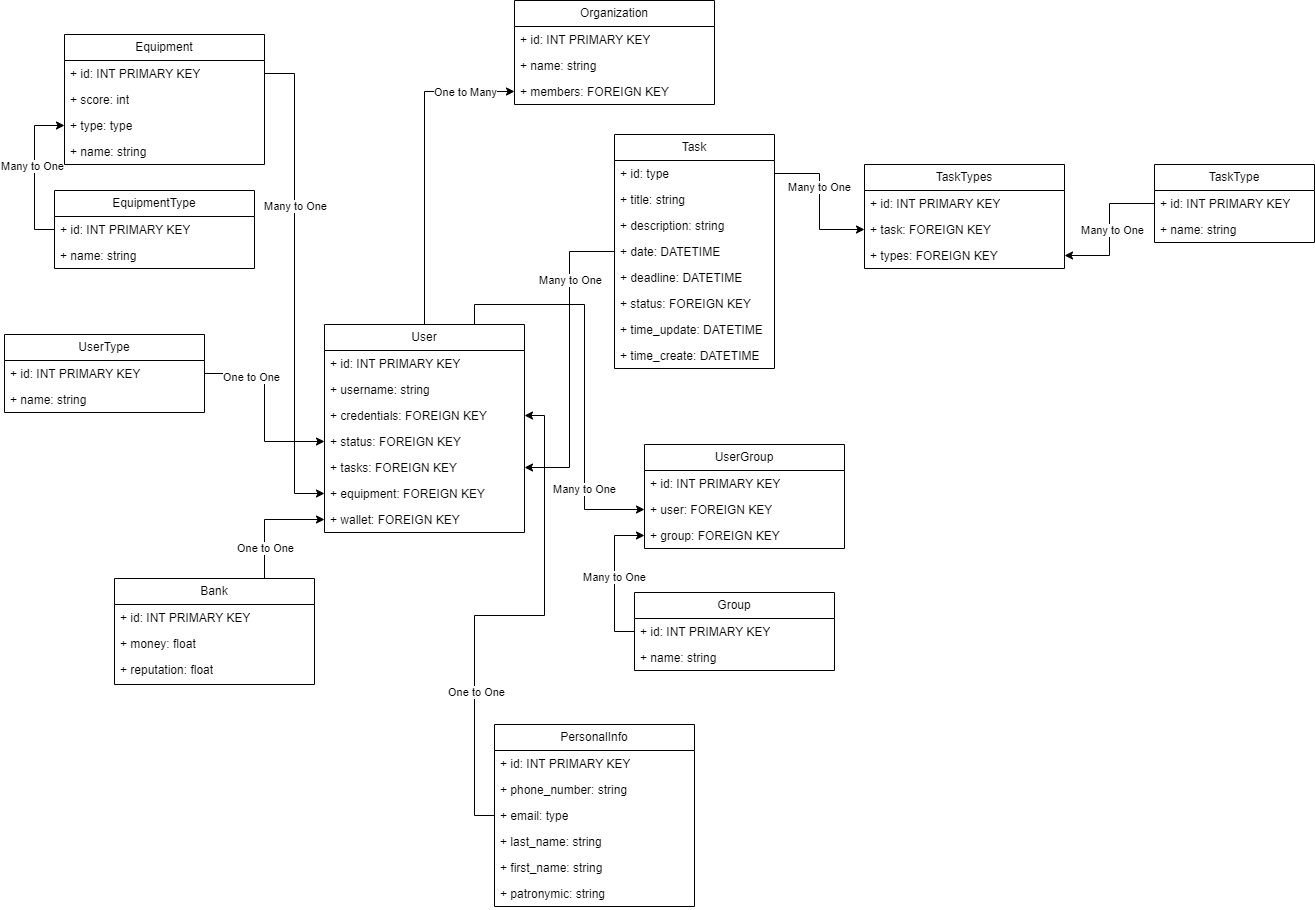
Earlier version of the draw.io export LR1Diagram.drawio.png (NLShiro/BasedDannye). Source tidied: cells renumbered, new cells last; positions are measured from the earlier drawing's top-left corner, leaving out a move shared by most shapes.
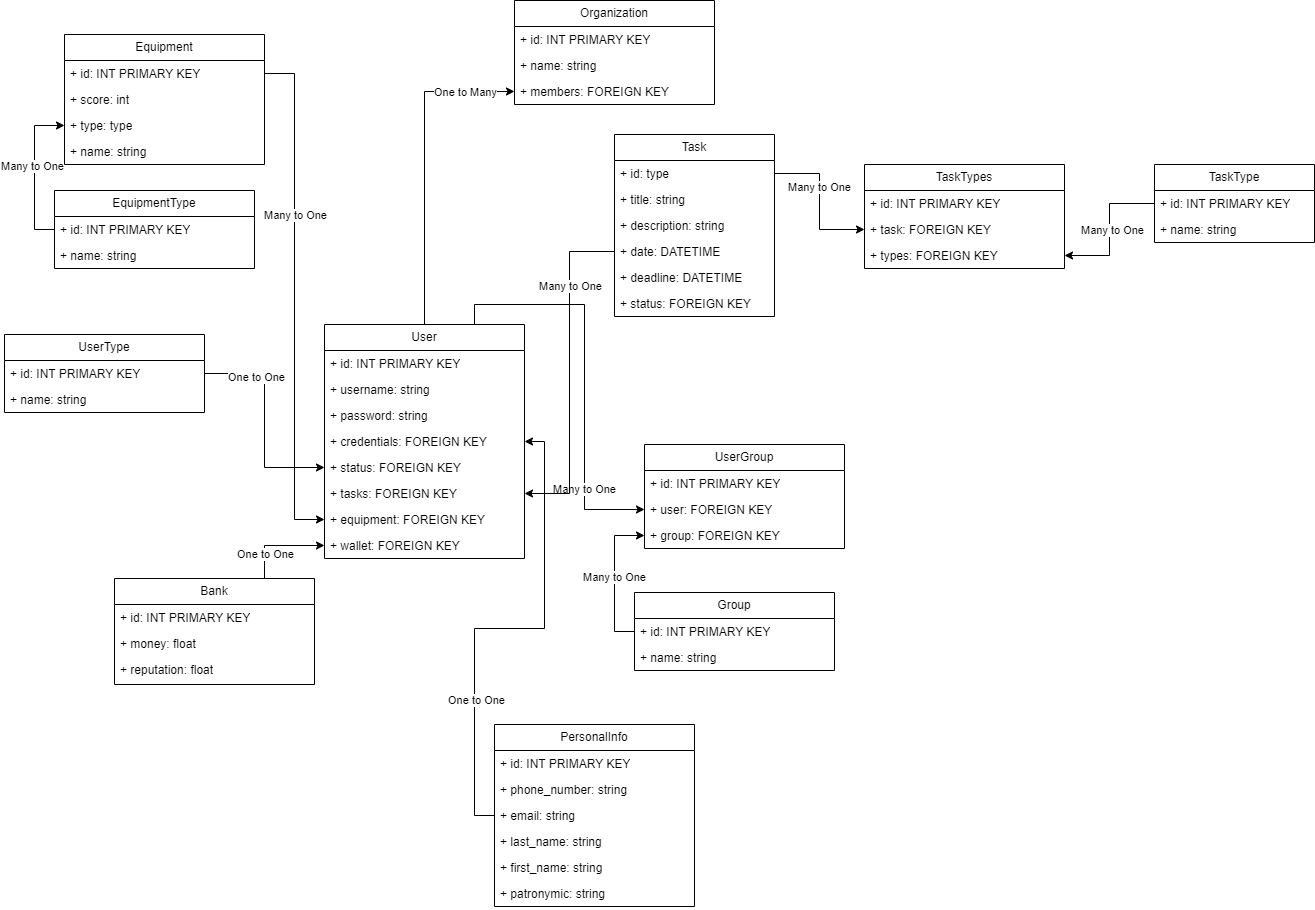
Later version of the same file.

Diff of the diagram source:
```diff
@@ -15,7 +15,7 @@
       <mxGeometry x="0.69" relative="1" as="geometry" />
     </mxCell>
     <mxCell id="6" value="User" style="swimlane;fontStyle=0;horizontal=1;startSize=26;fillColor=none;whiteSpace=wrap;html=1;" parent="1" vertex="1">
-      <mxGeometry x="320" y="324" width="200" height="208" as="geometry" />
+      <mxGeometry x="320" y="324" width="200" height="234" as="geometry" />
     </mxCell>
     <mxCell id="7" value="+ id: INT PRIMARY KEY" style="text;strokeColor=none;fillColor=none;align=left;verticalAlign=top;spacingLeft=4;spacingRight=4;overflow=hidden;whiteSpace=wrap;html=1;" parent="6" vertex="1">
       <mxGeometry y="26" width="200" height="26" as="geometry" />
@@ -23,20 +23,23 @@
     <mxCell id="8" value="+ username: string" style="text;strokeColor=none;fillColor=none;align=left;verticalAlign=top;spacingLeft=4;spacingRight=4;overflow=hidden;whiteSpace=wrap;html=1;" parent="6" vertex="1">
       <mxGeometry y="52" width="200" height="26" as="geometry" />
     </mxCell>
+    <mxCell id="81" value="+ password: string" style="text;strokeColor=none;fillColor=none;align=left;verticalAlign=top;spacingLeft=4;spacingRight=4;overflow=hidden;whiteSpace=wrap;html=1;" parent="6" vertex="1">
+      <mxGeometry y="78" width="200" height="26" as="geometry" />
+    </mxCell>
     <mxCell id="9" value="+ credentials: FOREIGN KEY" style="text;strokeColor=none;fillColor=none;align=left;verticalAlign=top;spacingLeft=4;spacingRight=4;overflow=hidden;points=[[0,0.5],[1,0.5]];portConstraint=eastwest;whiteSpace=wrap;html=1;" parent="6" vertex="1">
-      <mxGeometry y="78" width="200" height="26" as="geometry" />
+      <mxGeometry y="104" width="200" height="26" as="geometry" />
     </mxCell>
     <mxCell id="10" value="+ status: FOREIGN KEY" style="text;strokeColor=none;fillColor=none;align=left;verticalAlign=top;spacingLeft=4;spacingRight=4;overflow=hidden;points=[[0,0.5],[1,0.5]];portConstraint=eastwest;whiteSpace=wrap;html=1;" parent="6" vertex="1">
-      <mxGeometry y="104" width="200" height="26" as="geometry" />
+      <mxGeometry y="130" width="200" height="26" as="geometry" />
     </mxCell>
     <mxCell id="11" value="+ tasks: FOREIGN KEY" style="text;strokeColor=none;fillColor=none;align=left;verticalAlign=top;spacingLeft=4;spacingRight=4;overflow=hidden;points=[[0,0.5],[1,0.5]];portConstraint=eastwest;whiteSpace=wrap;html=1;" parent="6" vertex="1">
-      <mxGeometry y="130" width="200" height="26" as="geometry" />
+      <mxGeometry y="156" width="200" height="26" as="geometry" />
     </mxCell>
     <mxCell id="12" value="+ equipment: FOREIGN KEY" style="text;strokeColor=none;fillColor=none;align=left;verticalAlign=top;spacingLeft=4;spacingRight=4;overflow=hidden;points=[[0,0.5],[1,0.5]];portConstraint=eastwest;whiteSpace=wrap;html=1;" parent="6" vertex="1">
-      <mxGeometry y="156" width="200" height="26" as="geometry" />
+      <mxGeometry y="182" width="200" height="26" as="geometry" />
     </mxCell>
     <mxCell id="13" value="+ wallet: FOREIGN KEY" style="text;strokeColor=none;fillColor=none;align=left;verticalAlign=top;spacingLeft=4;spacingRight=4;overflow=hidden;points=[[0,0.5],[1,0.5]];portConstraint=eastwest;whiteSpace=wrap;html=1;" parent="6" vertex="1">
-      <mxGeometry y="182" width="200" height="26" as="geometry" />
+      <mxGeometry y="208" width="200" height="26" as="geometry" />
     </mxCell>
     <mxCell id="14" value="PersonalInfo" style="swimlane;fontStyle=0;horizontal=1;startSize=26;fillColor=none;whiteSpace=wrap;html=1;" parent="1" vertex="1">
       <mxGeometry x="490" y="724" width="200" height="182" as="geometry" />
@@ -47,7 +50,7 @@
     <mxCell id="16" value="+ phone_number: string" style="text;strokeColor=none;fillColor=none;align=left;verticalAlign=top;spacingLeft=4;spacingRight=4;overflow=hidden;whiteSpace=wrap;html=1;" parent="14" vertex="1">
       <mxGeometry y="52" width="200" height="26" as="geometry" />
     </mxCell>
-    <mxCell id="17" value="+ email: type" style="text;strokeColor=none;fillColor=none;align=left;verticalAlign=top;spacingLeft=4;spacingRight=4;overflow=hidden;points=[[0,0.5],[1,0.5]];portConstraint=eastwest;whiteSpace=wrap;html=1;" parent="14" vertex="1">
+    <mxCell id="17" value="+ email: string" style="text;strokeColor=none;fillColor=none;align=left;verticalAlign=top;spacingLeft=4;spacingRight=4;overflow=hidden;points=[[0,0.5],[1,0.5]];portConstraint=eastwest;whiteSpace=wrap;html=1;" parent="14" vertex="1">
       <mxGeometry y="78" width="200" height="26" as="geometry" />
     </mxCell>
     <mxCell id="18" value="+ last_name: string" style="text;strokeColor=none;fillColor=none;align=left;verticalAlign=top;spacingLeft=4;spacingRight=4;overflow=hidden;whiteSpace=wrap;html=1;" parent="14" vertex="1">
@@ -69,7 +72,7 @@
       <mxGeometry y="52" width="200" height="26" as="geometry" />
     </mxCell>
     <mxCell id="24" value="Task" style="swimlane;fontStyle=0;horizontal=1;startSize=26;fillColor=none;whiteSpace=wrap;html=1;" parent="1" vertex="1">
-      <mxGeometry x="610" y="134" width="160" height="234" as="geometry" />
+      <mxGeometry x="610" y="134" width="160" height="182" as="geometry" />
     </mxCell>
     <mxCell id="25" value="+ id: type" style="text;strokeColor=none;fillColor=none;align=left;verticalAlign=top;spacingLeft=4;spacingRight=4;overflow=hidden;points=[[0,0.5],[1,0.5]];portConstraint=eastwest;whiteSpace=wrap;html=1;" parent="24" vertex="1">
       <mxGeometry y="26" width="160" height="26" as="geometry" />
@@ -89,12 +92,6 @@
     <mxCell id="30" value="+ status: FOREIGN KEY" style="text;strokeColor=none;fillColor=none;align=left;verticalAlign=top;spacingLeft=4;spacingRight=4;overflow=hidden;whiteSpace=wrap;html=1;" parent="24" vertex="1">
       <mxGeometry y="156" width="160" height="26" as="geometry" />
     </mxCell>
-    <mxCell id="31" value="+ time_update:&amp;nbsp;DATETIME" style="text;strokeColor=none;fillColor=none;align=left;verticalAlign=top;spacingLeft=4;spacingRight=4;overflow=hidden;whiteSpace=wrap;html=1;" parent="24" vertex="1">
-      <mxGeometry y="182" width="160" height="26" as="geometry" />
-    </mxCell>
-    <mxCell id="32" value="+ time_create:&amp;nbsp;DATETIME" style="text;strokeColor=none;fillColor=none;align=left;verticalAlign=top;spacingLeft=4;spacingRight=4;overflow=hidden;whiteSpace=wrap;html=1;" parent="24" vertex="1">
-      <mxGeometry y="208" width="160" height="26" as="geometry" />
-    </mxCell>
     <mxCell id="33" value="TaskType" style="swimlane;fontStyle=0;horizontal=1;startSize=26;fillColor=none;whiteSpace=wrap;html=1;" parent="1" vertex="1">
       <mxGeometry x="1150" y="164" width="160" height="78" as="geometry" />
     </mxCell>
```
